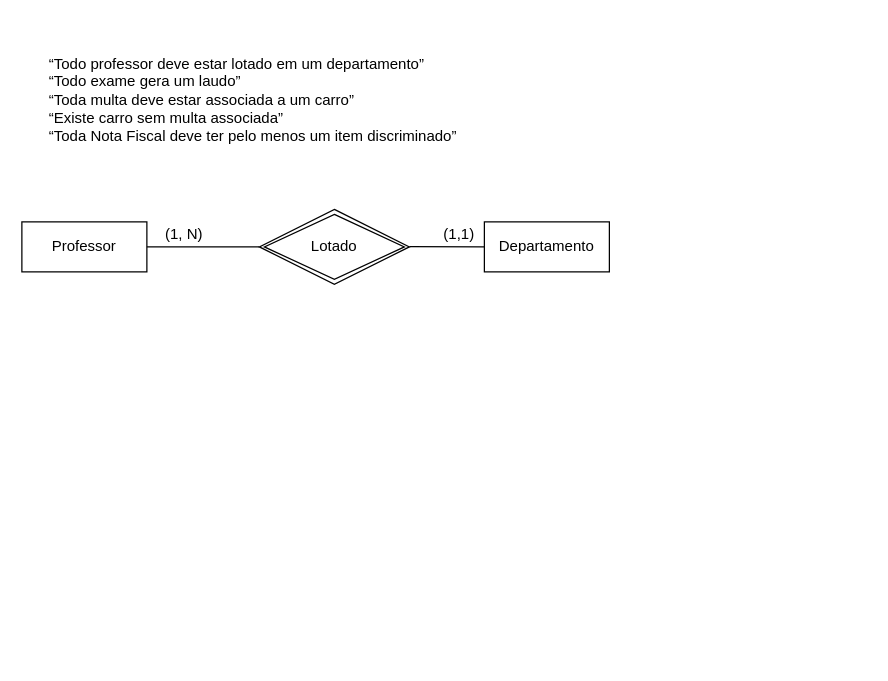
Above: page "DER-02" (2 of 4) of Aula-16-Setembro-2021.drawio in vladimiralencar/Alunos-UEPB-BancoDeDados (draw.io), before the change. Source tidied: cells renumbered, new cells numbered last; positions are measured from the earlier drawing's top-left corner, leaving out a move shared by most shapes. Both pictures are drawn from the tidied source at 125%, with x=0, y=0 at pixel (21, 46).
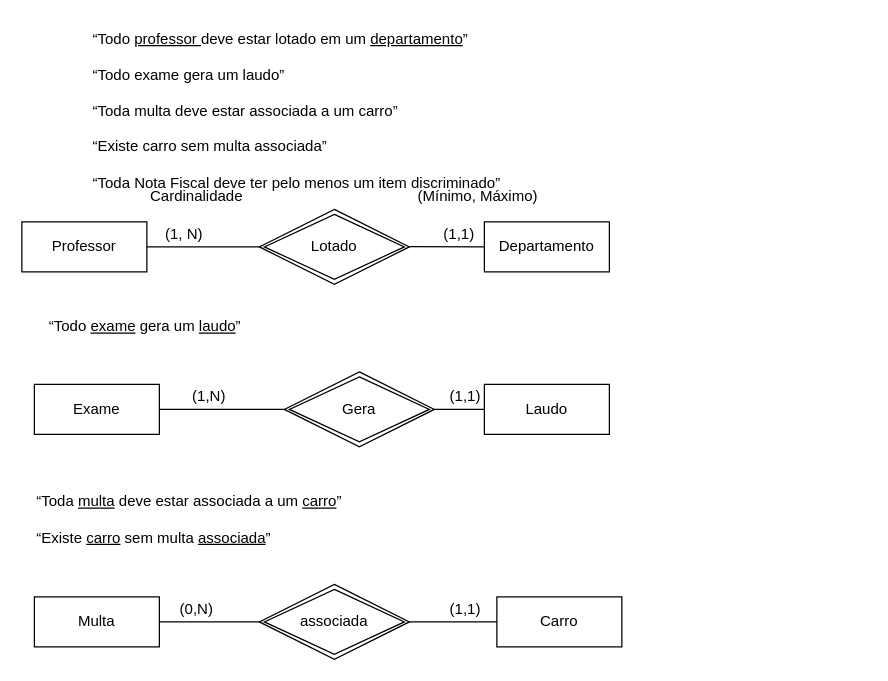
Above is the later version.

Change to the diagram source:
```diff
@@
-    <mxCell id="2" value="“Todo professor deve estar lotado em um departamento”&#10;“Todo exame gera um laudo”&#10;“Toda multa deve estar associada a um carro”&#10;“Existe carro sem multa associada”&#10;“Toda Nota Fiscal deve ter pelo menos um item discriminado”" style="text;whiteSpace=wrap;html=1;" parent="1" vertex="1">
-      <mxGeometry x="20" width="620" height="110" as="geometry" />
+    <mxCell id="2" value="“Todo &lt;u&gt;professor &lt;/u&gt;deve estar lotado em um &lt;u&gt;departamento&lt;/u&gt;”&lt;br/&gt;&lt;br&gt;“Todo exame gera um laudo”&lt;br/&gt;&lt;br&gt;“Toda multa deve estar associada a um carro”&lt;br/&gt;&lt;br&gt;“Existe carro sem multa associada”&lt;br/&gt;&lt;br&gt;“Toda Nota Fiscal deve ter pelo menos um item discriminado”" style="text;whiteSpace=wrap;html=1;" parent="1" vertex="1">
+      <mxGeometry x="55" y="-20" width="620" height="110" as="geometry" />
     </mxCell>
@@
+    <mxCell id="10" value="Cardinalidade" style="text;html=1;strokeColor=none;fillColor=none;align=center;verticalAlign=middle;whiteSpace=wrap;rounded=0;" parent="1" vertex="1">
+      <mxGeometry x="120" y="110" width="40" height="20" as="geometry" />
+    </mxCell>
+    <mxCell id="11" value="(Mínimo, Máximo)" style="text;html=1;strokeColor=none;fillColor=none;align=center;verticalAlign=middle;whiteSpace=wrap;rounded=0;" parent="1" vertex="1">
+      <mxGeometry x="290" y="110" width="150" height="20" as="geometry" />
+    </mxCell>
+    <mxCell id="12" value="“Todo &lt;u&gt;exame&lt;/u&gt; gera um &lt;u&gt;laudo&lt;/u&gt;”&lt;br&gt;" style="text;whiteSpace=wrap;html=1;" parent="1" vertex="1">
+      <mxGeometry x="20" y="210" width="620" height="30" as="geometry" />
+    </mxCell>
+    <mxCell id="13" value="“Toda &lt;u&gt;multa&lt;/u&gt; deve estar associada a um &lt;u&gt;carro&lt;/u&gt;”&lt;br&gt;&lt;br&gt;“Existe &lt;u&gt;carro&lt;/u&gt; sem multa &lt;u&gt;associada&lt;/u&gt;”" style="text;whiteSpace=wrap;html=1;" parent="1" vertex="1">
+      <mxGeometry x="10" y="350" width="620" height="60" as="geometry" />
+    </mxCell>
+    <mxCell id="14" value="Exame" style="whiteSpace=wrap;html=1;align=center;" parent="1" vertex="1">
+      <mxGeometry x="10" y="270" width="100" height="40" as="geometry" />
+    </mxCell>
+    <mxCell id="15" value="Laudo" style="whiteSpace=wrap;html=1;align=center;" parent="1" vertex="1">
+      <mxGeometry x="370" y="270" width="100" height="40" as="geometry" />
+    </mxCell>
+    <mxCell id="16" value="Gera" style="shape=rhombus;double=1;perimeter=rhombusPerimeter;whiteSpace=wrap;html=1;align=center;" parent="1" vertex="1">
+      <mxGeometry x="210" y="260" width="120" height="60" as="geometry" />
+    </mxCell>
+    <mxCell id="17" style="endArrow=none;html=1;rounded=0;" parent="1" edge="1">
+      <mxGeometry relative="1" as="geometry">
+        <mxPoint x="110" y="290" as="sourcePoint" />
+        <mxPoint x="210" y="290" as="targetPoint" />
+      </mxGeometry>
+    </mxCell>
+    <mxCell id="18" style="endArrow=none;html=1;rounded=0;" parent="1" edge="1">
+      <mxGeometry relative="1" as="geometry">
+        <mxPoint x="330" y="290" as="sourcePoint" />
+        <mxPoint x="370" y="290" as="targetPoint" />
+      </mxGeometry>
+    </mxCell>
+    <mxCell id="19" value="(1,1)" style="text;html=1;strokeColor=none;fillColor=none;align=center;verticalAlign=middle;whiteSpace=wrap;rounded=0;" parent="1" vertex="1">
+      <mxGeometry x="335" y="270" width="40" height="20" as="geometry" />
+    </mxCell>
+    <mxCell id="20" value="(1,N)" style="text;html=1;strokeColor=none;fillColor=none;align=center;verticalAlign=middle;whiteSpace=wrap;rounded=0;" parent="1" vertex="1">
+      <mxGeometry x="130" y="270" width="40" height="20" as="geometry" />
+    </mxCell>
+    <mxCell id="21" value="Multa" style="whiteSpace=wrap;html=1;align=center;" parent="1" vertex="1">
+      <mxGeometry x="10" y="440" width="100" height="40" as="geometry" />
+    </mxCell>
+    <mxCell id="22" value="Carro" style="whiteSpace=wrap;html=1;align=center;" parent="1" vertex="1">
+      <mxGeometry x="380" y="440" width="100" height="40" as="geometry" />
+    </mxCell>
+    <mxCell id="23" value="associada" style="shape=rhombus;double=1;perimeter=rhombusPerimeter;whiteSpace=wrap;html=1;align=center;" parent="1" vertex="1">
+      <mxGeometry x="190" y="430" width="120" height="60" as="geometry" />
+    </mxCell>
+    <mxCell id="24" style="endArrow=none;html=1;rounded=0;entryX=0;entryY=0.5;entryDx=0;entryDy=0;" parent="1" edge="1" target="23">
+      <mxGeometry relative="1" as="geometry">
+        <mxPoint x="110" y="460" as="sourcePoint" />
+      </mxGeometry>
+    </mxCell>
+    <mxCell id="25" style="endArrow=none;html=1;rounded=0;entryX=0;entryY=0.5;entryDx=0;entryDy=0;" parent="1" edge="1" target="22">
+      <mxGeometry relative="1" as="geometry">
+        <mxPoint x="310" y="460" as="sourcePoint" />
+      </mxGeometry>
+    </mxCell>
+    <mxCell id="26" value="(0,N)" style="text;html=1;strokeColor=none;fillColor=none;align=center;verticalAlign=middle;whiteSpace=wrap;rounded=0;" parent="1" vertex="1">
+      <mxGeometry x="120" y="440" width="40" height="20" as="geometry" />
+    </mxCell>
+    <mxCell id="27" value="(1,1)" style="text;html=1;strokeColor=none;fillColor=none;align=center;verticalAlign=middle;whiteSpace=wrap;rounded=0;" parent="1" vertex="1">
+      <mxGeometry x="335" y="440" width="40" height="20" as="geometry" />
+    </mxCell>
```
